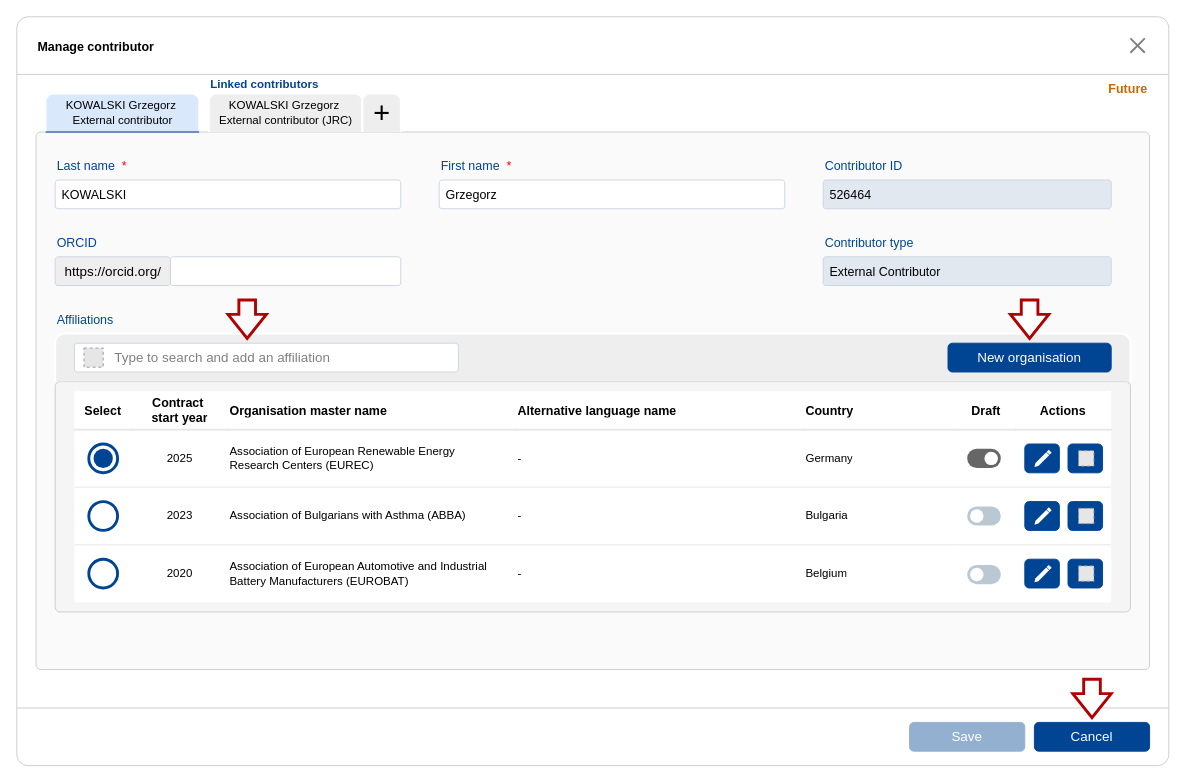
Above: page "Page-Edit_contributor" (10 of 25) of test_corporate_contributors_ver_4.drawio in RyszardBudzinski/PUBSY_mockups (draw.io), before the change. Source tidied: cells renumbered, new cells numbered last; positions are measured from the earlier drawing's top-left corner, leaving out a move shared by most shapes. Both pictures are drawn from the tidied source at 96%, with x=0, y=0 at pixel (16, 16). Pictures stored in the file or linked from it are replaced by grey dashed boxes.
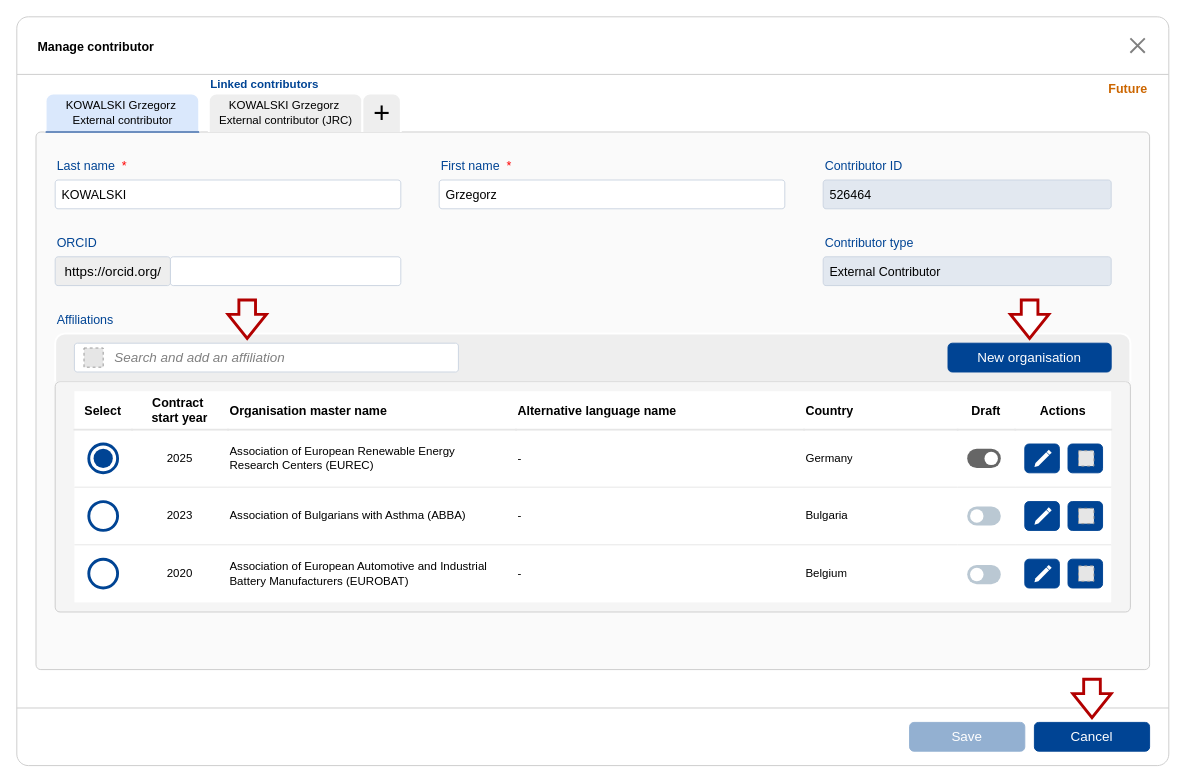
The same page after the edit.

Diff of the diagram source:
```diff
@@
-    <mxCell id="85" value="Type to search and add an affiliation" style="verticalLabelPosition=middle;verticalAlign=middle;html=1;shape=mxgraph.basic.rect;fillColor2=none;strokeWidth=1;size=10;indent=5;labelPosition=center;align=left;spacingLeft=40;fontSize=14;rectStyle=rounded;absoluteCornerSize=0;strokeColor=#CBD5E1;fontColor=#808080;" parent="1" vertex="1">
+    <mxCell id="85" value="Search and add an affiliation" style="verticalLabelPosition=middle;verticalAlign=middle;html=1;shape=mxgraph.basic.rect;fillColor2=none;strokeWidth=1;size=10;indent=5;labelPosition=center;align=left;spacingLeft=40;fontSize=14;rectStyle=rounded;absoluteCornerSize=0;strokeColor=#CBD5E1;fontColor=#808080;fontStyle=2;" parent="1" vertex="1">
       <mxGeometry x="60" y="340" width="400" height="30" as="geometry" />
     </mxCell>
```
